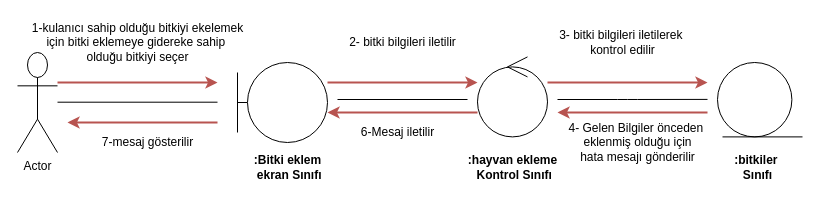
SuleymanKabayel/Odev2 keeps this draw.io diagram as proje3/Untitled Diagram.drawio. Above is the earlier version. Source tidied: cells renumbered, new cells numbered last; positions are measured from the earlier drawing's top-left corner, leaving out a move shared by most shapes. Both pictures are drawn from the tidied source at 100%, with x=0, y=0 at pixel (17, 17).
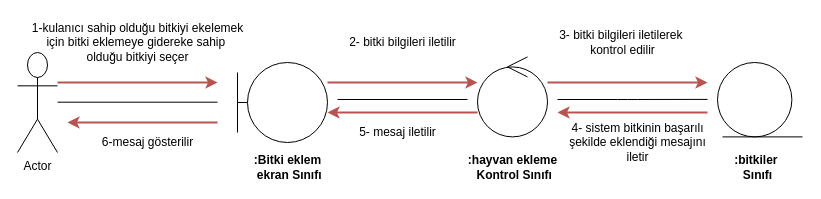
After the change.

The edit, as a diff of the source:
```diff
@@
-    <mxCell id="26" value="4- Gelen Bilgiler önceden&amp;nbsp;&lt;br&gt;eklenmiş olduğu için&lt;br&gt;hata mesajı gönderilir" style="text;html=1;align=center;verticalAlign=middle;fillColor=none;strokeColor=none;rounded=0;" parent="1" vertex="1">
+    <mxCell id="26" value="4- sistem bitkinin başarılı&lt;br&gt;şekilde eklendiği mesajını&lt;br&gt;iletir" style="text;html=1;align=center;verticalAlign=middle;fillColor=none;strokeColor=none;rounded=0;" parent="1" vertex="1">
       <mxGeometry x="545" y="100" width="150" height="50" as="geometry" />
     </mxCell>
-    <mxCell id="27" value="6-Mesaj iletilir" style="text;html=1;align=center;verticalAlign=middle;fillColor=none;strokeColor=none;rounded=0;" parent="1" vertex="1">
+    <mxCell id="27" value="5- mesaj iletilir" style="text;html=1;align=center;verticalAlign=middle;fillColor=none;strokeColor=none;rounded=0;" parent="1" vertex="1">
       <mxGeometry x="335" y="105" width="90" height="20" as="geometry" />
     </mxCell>
-    <mxCell id="28" value="7-mesaj gösterilir" style="text;html=1;align=center;verticalAlign=middle;fillColor=none;strokeColor=none;rounded=0;" parent="1" vertex="1">
+    <mxCell id="28" value="6-mesaj gösterilir" style="text;html=1;align=center;verticalAlign=middle;fillColor=none;strokeColor=none;rounded=0;" parent="1" vertex="1">
       <mxGeometry x="75" y="115" width="110" height="20" as="geometry" />
     </mxCell>
```
